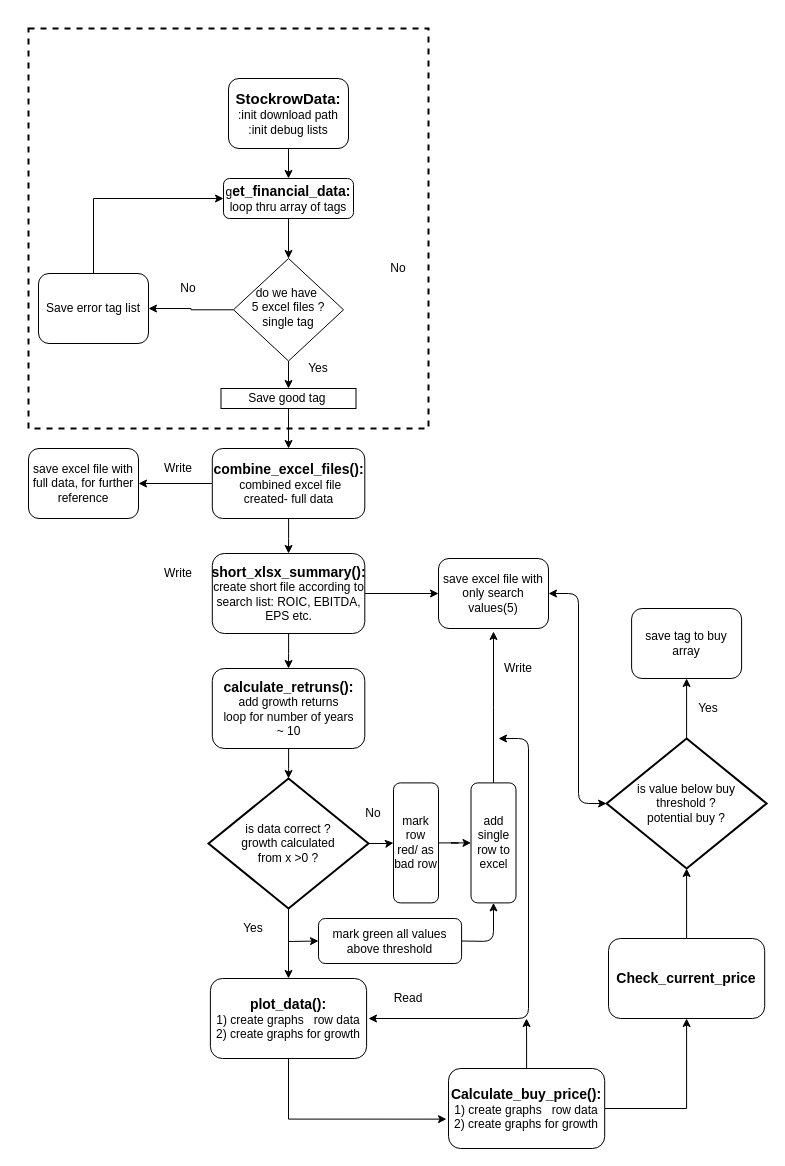
Before: MarketTool.drawio in utyty/drawings, a draw.io diagram. Source tidied: cells renumbered, new cells numbered last; positions are measured from the earlier drawing's top-left corner, leaving out a move shared by most shapes. Both pictures are drawn from the tidied source at 100%, with x=0, y=0 at pixel (28, 28).
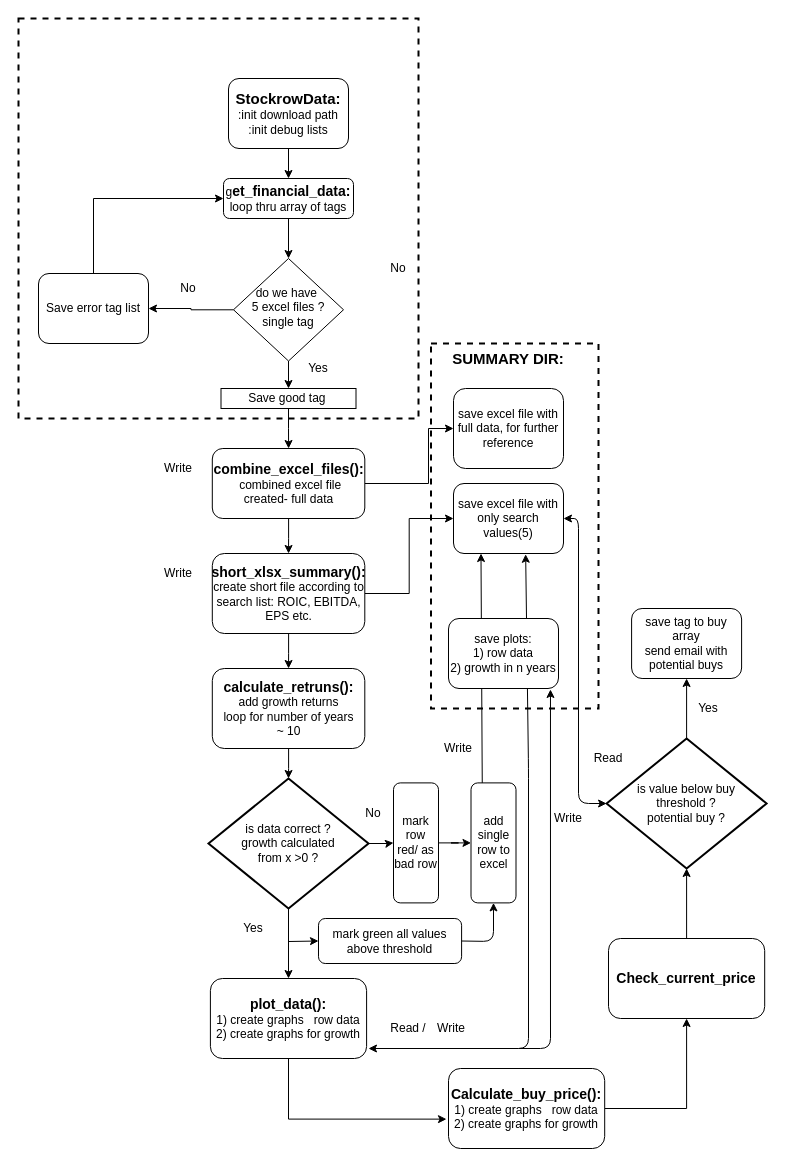
The same diagram, later.

Unchanged cells that the change refers to:
```xml
<mxCell id="16" value="&lt;b style=&quot;font-size: 14px&quot;&gt;&lt;font style=&quot;font-size: 14px&quot;&gt;combine_excel_files()&lt;/font&gt;&lt;font style=&quot;font-size: 14px&quot;&gt;:&lt;/font&gt;&lt;br&gt;&lt;/b&gt;&amp;nbsp;combined excel file created- full data" style="rounded=1;whiteSpace=wrap;html=1;fontSize=12;glass=0;strokeWidth=1;shadow=0;" parent="1" vertex="1">
  <mxGeometry x="183.8" y="420" width="152.5" height="70" as="geometry" />
</mxCell>
<mxCell id="32" value="add single row to excel" style="rounded=1;whiteSpace=wrap;html=1;fontSize=12;glass=0;strokeWidth=1;shadow=0;direction=south;" parent="1" vertex="1">
  <mxGeometry x="442.5" y="754.4" width="45" height="120" as="geometry" />
</mxCell>
<mxCell id="49" value="&lt;font style=&quot;font-size: 14px&quot;&gt;&lt;b&gt;Calculate_buy_price()&lt;/b&gt;&lt;/font&gt;&lt;font style=&quot;font-size: 14px&quot;&gt;&lt;b&gt;:&lt;br&gt;&lt;/b&gt;&lt;/font&gt;1) create graphs&amp;nbsp; &amp;nbsp;row data&lt;br&gt;2) create graphs for growth" style="rounded=1;whiteSpace=wrap;html=1;fontSize=12;glass=0;strokeWidth=1;shadow=0;" parent="1" vertex="1">
  <mxGeometry x="420" y="1040" width="156.2" height="80" as="geometry" />
</mxCell>
<mxCell id="53" value="is value below buy&lt;br&gt;threshold ?&lt;br&gt;potential buy ?" style="strokeWidth=2;html=1;shape=mxgraph.flowchart.decision;whiteSpace=wrap;" parent="1" vertex="1">
  <mxGeometry x="578.1" y="710" width="160" height="130" as="geometry" />
</mxCell>
```

The edit, as a diff of the source:
```diff
@@
     <mxCell id="14" style="edgeStyle=orthogonalEdgeStyle;rounded=0;jettySize=auto;html=1;" parent="1" edge="1" source="16" target="25">
-      <mxGeometry relative="1" as="geometry" />
+      <mxGeometry relative="1" as="geometry">
+        <Array as="points">
+          <mxPoint x="400" y="455" />
+          <mxPoint x="400" y="400" />
+        </Array>
+      </mxGeometry>
     </mxCell>
@@
     <mxCell id="25" value="save excel file with full data, for further reference" style="rounded=1;whiteSpace=wrap;html=1;fontSize=12;glass=0;strokeWidth=1;shadow=0;direction=south;" parent="1" vertex="1">
-      <mxGeometry y="420" width="110" height="70" as="geometry" />
+      <mxGeometry x="425" y="360" width="110" height="80" as="geometry" />
     </mxCell>
     <mxCell id="26" value="save excel file with only search values(5)&lt;br&gt;" style="rounded=1;whiteSpace=wrap;html=1;fontSize=12;glass=0;strokeWidth=1;shadow=0;direction=south;" parent="1" vertex="1">
-      <mxGeometry x="410" y="530" width="110" height="70" as="geometry" />
+      <mxGeometry x="425" y="455" width="110" height="70" as="geometry" />
     </mxCell>
@@
-    <mxCell id="31" style="edgeStyle=orthogonalEdgeStyle;rounded=0;jettySize=auto;html=1;" parent="1" edge="1" source="32">
-      <mxGeometry relative="1" as="geometry">
-        <mxPoint x="465" y="603" as="targetPoint" />
-      </mxGeometry>
-    </mxCell>
@@
-    <mxCell id="41" style="endArrow=classic;startArrow=classic;html=1;" parent="1" edge="1">
+    <mxCell id="41" style="endArrow=classic;startArrow=classic;html=1;exitX=1.011;exitY=0.344;exitDx=0;exitDy=0;exitPerimeter=0;" parent="1" edge="1" source="26">
       <mxGeometry relative="1" as="geometry">
-        <mxPoint x="470" y="710" as="sourcePoint" />
-        <mxPoint x="340" y="990" as="targetPoint" />
+        <mxPoint x="340" y="1020" as="targetPoint" />
         <Array as="points">
-          <mxPoint x="500" y="710" />
-          <mxPoint x="500" y="990" />
+          <mxPoint x="500" y="740" />
+          <mxPoint x="500" y="1020" />
         </Array>
       </mxGeometry>
     </mxCell>
     <mxCell id="42" value="Write" style="text;html=1;strokeColor=none;fillColor=none;align=center;verticalAlign=middle;whiteSpace=wrap;rounded=0;" parent="1" vertex="1">
-      <mxGeometry x="470" y="630" width="40" height="20" as="geometry" />
+      <mxGeometry x="520" y="780" width="40" height="20" as="geometry" />
     </mxCell>
-    <mxCell id="43" value="Read" style="text;html=1;strokeColor=none;fillColor=none;align=center;verticalAlign=middle;whiteSpace=wrap;rounded=0;" parent="1" vertex="1">
-      <mxGeometry x="360" y="960" width="40" height="20" as="geometry" />
+    <mxCell id="43" value="Read /" style="text;html=1;strokeColor=none;fillColor=none;align=center;verticalAlign=middle;whiteSpace=wrap;rounded=0;" parent="1" vertex="1">
+      <mxGeometry x="360" y="980" width="40" height="40" as="geometry" />
     </mxCell>
     <mxCell id="44" style="whiteSpace=wrap;html=1;fillColor=none;dashed=1;strokeWidth=2;shadow=0;" parent="1" vertex="1">
-      <mxGeometry width="400" height="400" as="geometry" />
+      <mxGeometry x="-10" y="-10" width="400" height="400" as="geometry" />
     </mxCell>
@@
-    <mxCell id="47" style="edgeStyle=orthogonalEdgeStyle;rounded=0;jettySize=auto;html=1;" parent="1" edge="1" source="49">
-      <mxGeometry relative="1" as="geometry">
-        <mxPoint x="498" y="990" as="targetPoint" />
-      </mxGeometry>
-    </mxCell>
@@
     <mxCell id="54" style="endArrow=classic;startArrow=classic;html=1;entryX=0.5;entryY=0;entryDx=0;entryDy=0;exitX=0;exitY=0.5;exitDx=0;exitDy=0;exitPerimeter=0;" parent="1" edge="1" source="53" target="26">
       <mxGeometry relative="1" as="geometry">
         <Array as="points">
           <mxPoint x="550" y="775" />
-          <mxPoint x="550" y="565" />
+          <mxPoint x="550" y="490" />
         </Array>
       </mxGeometry>
     </mxCell>
-    <mxCell id="55" value="save tag to buy array" style="rounded=1;whiteSpace=wrap;html=1;fontSize=12;glass=0;strokeWidth=1;shadow=0;direction=south;" parent="1" vertex="1">
+    <mxCell id="55" value="save tag to buy array&lt;br&gt;send email with potential buys" style="rounded=1;whiteSpace=wrap;html=1;fontSize=12;glass=0;strokeWidth=1;shadow=0;direction=south;" parent="1" vertex="1">
       <mxGeometry x="603.1" y="580" width="110" height="70" as="geometry" />
     </mxCell>
@@
+    <mxCell id="57" value="Read" style="text;html=1;strokeColor=none;fillColor=none;align=center;verticalAlign=middle;whiteSpace=wrap;rounded=0;" parent="1" vertex="1">
+      <mxGeometry x="560" y="720" width="40" height="20" as="geometry" />
+    </mxCell>
+    <mxCell id="58" style="rounded=0;whiteSpace=wrap;html=1;shadow=0;dashed=1;strokeColor=#000000;strokeWidth=2;fillColor=none;" parent="1" vertex="1">
+      <mxGeometry x="402.5" y="315" width="167.5" height="365" as="geometry" />
+    </mxCell>
+    <mxCell id="59" value="&lt;font style=&quot;font-size: 15px&quot;&gt;&lt;b&gt;SUMMARY DIR:&lt;/b&gt;&lt;/font&gt;" style="text;html=1;strokeColor=none;fillColor=none;align=center;verticalAlign=middle;whiteSpace=wrap;rounded=0;" parent="1" vertex="1">
+      <mxGeometry x="420" y="320" width="120" height="20" as="geometry" />
+    </mxCell>
+    <mxCell id="60" style="endArrow=classic;html=1;exitX=0;exitY=0.75;exitDx=0;exitDy=0;entryX=1;entryY=0.75;entryDx=0;entryDy=0;" parent="1" edge="1" source="32" target="26">
+      <mxGeometry relative="1" as="geometry" />
+    </mxCell>
+    <mxCell id="61" value="Write" style="text;html=1;strokeColor=none;fillColor=none;align=center;verticalAlign=middle;whiteSpace=wrap;rounded=0;" parent="1" vertex="1">
+      <mxGeometry x="410" y="710" width="40" height="20" as="geometry" />
+    </mxCell>
+    <mxCell id="62" style="edgeStyle=orthogonalEdgeStyle;rounded=0;orthogonalLoop=1;jettySize=auto;html=1;exitX=0.5;exitY=1;exitDx=0;exitDy=0;" parent="1" edge="1" source="43" target="43">
+      <mxGeometry relative="1" as="geometry" />
+    </mxCell>
+    <mxCell id="63" value="save plots:&lt;br&gt;1) row data&lt;br&gt;2) growth in n years" style="rounded=1;whiteSpace=wrap;html=1;fontSize=12;glass=0;strokeWidth=1;shadow=0;direction=south;" parent="1" vertex="1">
+      <mxGeometry x="420" y="590" width="110" height="70" as="geometry" />
+    </mxCell>
+    <mxCell id="64" value="Write" style="text;html=1;strokeColor=none;fillColor=none;align=center;verticalAlign=middle;whiteSpace=wrap;rounded=0;" parent="1" vertex="1">
+      <mxGeometry x="402.5" y="990" width="40" height="20" as="geometry" />
+    </mxCell>
+    <mxCell id="65" style="endArrow=classic;html=1;entryX=1.014;entryY=0.073;entryDx=0;entryDy=0;entryPerimeter=0;" parent="1" edge="1" target="63">
+      <mxGeometry relative="1" as="geometry">
+        <mxPoint x="490" y="1020" as="sourcePoint" />
+        <Array as="points">
+          <mxPoint x="522" y="1020" />
+        </Array>
+      </mxGeometry>
+    </mxCell>
```
